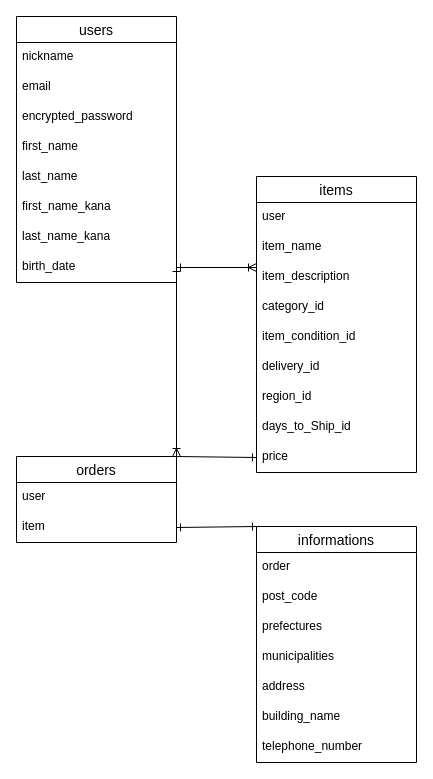
1hiromu1/furima-38909 keeps this draw.io diagram as furima.dio. Above is the earlier version. Source tidied: cells renumbered, new cells numbered last; positions are measured from the earlier drawing's top-left corner, leaving out a move shared by most shapes. Both pictures are drawn from the tidied source at 100%, with x=0, y=0 at pixel (16, 16).
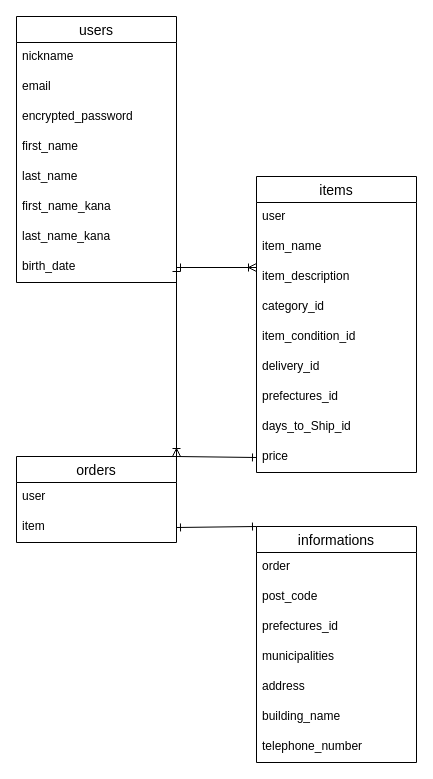
The same page after the edit.

Commit message (it also covers changes not shown here):
Active_hashのデータを使い回す為の修正

Unchanged cells that the change refers to:
```xml
<mxCell id="11" value="items" style="swimlane;fontStyle=0;horizontal=1;startSize=26;align=center;fontSize=14;" parent="1" vertex="1">
  <mxGeometry x="240" y="160" width="160" height="296" as="geometry" />
</mxCell>
<mxCell id="24" value="informations" style="swimlane;fontStyle=0;horizontal=1;startSize=26;align=center;fontSize=14;" parent="1" vertex="1">
  <mxGeometry x="240" y="510" width="160" height="236" as="geometry" />
</mxCell>
```

What changed in the source:
```diff
@@
-    <mxCell id="18" value="region_id" style="text;strokeColor=none;fillColor=none;spacingLeft=4;spacingRight=4;overflow=hidden;fontSize=12;" parent="11" vertex="1">
+    <mxCell id="18" value="prefectures_id" style="text;strokeColor=none;fillColor=none;spacingLeft=4;spacingRight=4;overflow=hidden;fontSize=12;" parent="11" vertex="1">
       <mxGeometry y="206" width="160" height="30" as="geometry" />
     </mxCell>
@@
-    <mxCell id="27" value="prefectures" style="text;strokeColor=none;fillColor=none;spacingLeft=4;spacingRight=4;overflow=hidden;fontSize=12;" parent="24" vertex="1">
+    <mxCell id="27" value="prefectures_id" style="text;strokeColor=none;fillColor=none;spacingLeft=4;spacingRight=4;overflow=hidden;fontSize=12;" parent="24" vertex="1">
       <mxGeometry y="86" width="160" height="30" as="geometry" />
     </mxCell>
```
